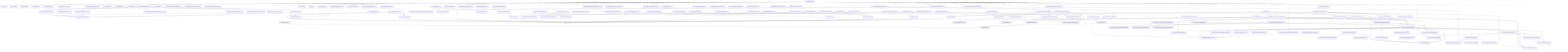
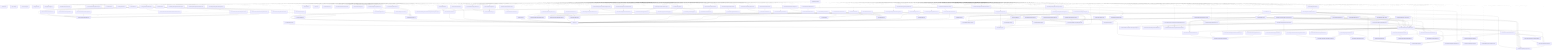
graph TD
  package__ankhorage_studio["@ankhorage/studio"]
  entrypoint_src_index_ts["src/index.ts"]
  package__ankhorage_studio --> entrypoint_src_index_ts
  module_knip_config_ts["knip.config.ts"]
  package__ankhorage_studio -.-> module_knip_config_ts
  module_paradox_config_ts["paradox.config.ts"]
  package__ankhorage_studio -.-> module_paradox_config_ts
  module_src_app_index_ts["src/app/index.ts"]
  package__ankhorage_studio -.-> module_src_app_index_ts
  module_src_app_StudioApp_tsx["src/app/StudioApp.tsx"]
  package__ankhorage_studio -.-> module_src_app_StudioApp_tsx
  module_src_app_StudioDashboard_tsx["src/app/StudioDashboard.tsx"]
  package__ankhorage_studio -.-> module_src_app_StudioDashboard_tsx
  module_src_app_StudioDashboard_tsx --> module_src_hooks_useProjects_ts
  module_src_app_StudioDashboard_tsx --> module_src_hooks_useTemplateSummaries_ts
  module_src_app_StudioDashboard_tsx --> module_src_modules_dashboard_platform_ts
  module_src_app_StudioDashboard_tsx --> module_src_modules_dashboard_search_ts
  module_src_app_StudioDashboard_tsx --> module_src_modules_dashboard_templates_ts
  module_src_app_StudioDashboard_tsx --> module_src_modules_dashboard_types_ts
  module_src_app_StudioDashboard_tsx --> module_src_modules_dashboard_ui_DashboardSectionHeader_tsx
  module_src_app_StudioDashboard_tsx --> module_src_modules_dashboard_ui_ProjectCard_tsx
  module_src_app_StudioDashboard_tsx --> module_src_modules_dashboard_ui_TemplateCard_tsx
  module_src_authFlowContract_test_ts["src/authFlowContract.test.ts"]
  package__ankhorage_studio -.-> module_src_authFlowContract_test_ts
  module_src_authSettings_test_ts["src/authSettings.test.ts"]
  package__ankhorage_studio -.-> module_src_authSettings_test_ts
  module_src_authSettings_test_ts --> module_src_authSettings_ts
  module_src_authSettings_ts["src/authSettings.ts"]
  package__ankhorage_studio -.-> module_src_authSettings_ts
  module_src_canvasDragModel_public_test_ts["src/canvasDragModel.public.test.ts"]
  package__ankhorage_studio -.-> module_src_canvasDragModel_public_test_ts
  module_src_canvasDragModel_public_test_ts --> module_src_canvasDragModel_ts
  module_src_canvasDragModel_public_test_ts --> module_src_canvasDropZones_ts
  module_src_canvasDragModel_test_ts["src/canvasDragModel.test.ts"]
  package__ankhorage_studio -.-> module_src_canvasDragModel_test_ts
  module_src_canvasDragModel_test_ts --> module_src_canvasDragModel_ts
  module_src_canvasDragModel_test_ts --> module_src_canvasDropZones_ts
  module_src_canvasDragModel_ts["src/canvasDragModel.ts"]
  package__ankhorage_studio -.-> module_src_canvasDragModel_ts
  module_src_canvasDragModel_ts --> module_src_canvasDropZones_ts
  module_src_canvasDragModel_ts --> module_src_index_ts
  module_src_canvasDropZones_test_ts["src/canvasDropZones.test.ts"]
  package__ankhorage_studio -.-> module_src_canvasDropZones_test_ts
  module_src_canvasDropZones_test_ts --> module_src_canvasDropZones_ts
  module_src_canvasDropZones_test_ts --> module_src_index_ts
  module_src_canvasDropZones_ts["src/canvasDropZones.ts"]
  package__ankhorage_studio -.-> module_src_canvasDropZones_ts
  module_src_canvasDropZones_ts --> module_src_index_ts
  module_src_cli_index_ts["src/cli/index.ts"]
  package__ankhorage_studio -.-> module_src_cli_index_ts
  module_src_cli_index_ts --> module_src_host_createStudioHost_ts
  module_src_cli_index_ts --> module_src_host_http_server_ts
  module_src_cli_index_ts --> module_src_host_templateRegistry_index_ts
  module_src_cli_index_ts --> module_src_host_utils_workspaceRoot_ts
  module_src_core_constants_ts["src/core/constants.ts"]
  package__ankhorage_studio -.-> module_src_core_constants_ts
  module_src_core_StudioContext_ts["src/core/StudioContext.ts"]
  package__ankhorage_studio -.-> module_src_core_StudioContext_ts
  module_src_core_StudioContext_ts --> module_src_index_ts
  module_src_core_studioPackageBoundary_ts["src/core/studioPackageBoundary.ts"]
  package__ankhorage_studio -.-> module_src_core_studioPackageBoundary_ts
  module_src_core_StudioProvider_ts["src/core/StudioProvider.ts"]
  package__ankhorage_studio -.-> module_src_core_StudioProvider_ts
  module_src_core_StudioProvider_ts --> module_src_core_StudioContext_ts
  module_src_core_StudioProvider_ts --> module_src_index_ts
  module_src_dnd_index_ts["src/dnd/index.ts"]
  package__ankhorage_studio -.-> module_src_dnd_index_ts
  module_src_dnd_primitives_ts["src/dnd/primitives.ts"]
  package__ankhorage_studio -.-> module_src_dnd_primitives_ts
  module_src_dnd_state_ts["src/dnd/state.ts"]
  package__ankhorage_studio -.-> module_src_dnd_state_ts
  module_src_hooks_useProjects_ts["src/hooks/useProjects.ts"]
  package__ankhorage_studio -.-> module_src_hooks_useProjects_ts
  module_src_hooks_useProjects_ts --> module_src_core_constants_ts
  module_src_hooks_useTemplateSummaries_ts["src/hooks/useTemplateSummaries.ts"]
  package__ankhorage_studio -.-> module_src_hooks_useTemplateSummaries_ts
  module_src_hooks_useTemplateSummaries_ts --> module_src_core_constants_ts
  module_src_hooks_useTemplateSummaries_ts --> module_src_modules_dashboard_types_ts
  module_src_host_auth_projectAuthService_test_ts["src/host/auth/projectAuthService.test.ts"]
  package__ankhorage_studio -.-> module_src_host_auth_projectAuthService_test_ts
  module_src_host_auth_projectAuthService_test_ts --> module_src_host_auth_projectAuthService_ts
  module_src_host_auth_projectAuthService_ts["src/host/auth/projectAuthService.ts"]
  package__ankhorage_studio -.-> module_src_host_auth_projectAuthService_ts
  module_src_host_auth_projectAuthService_ts --> module_src_authSettings_ts
  module_src_host_auth_projectAuthService_ts --> module_src_host_orchestrator_projectManager_ts
  module_src_host_createStudioHost_ts["src/host/createStudioHost.ts"]
  package__ankhorage_studio -.-> module_src_host_createStudioHost_ts
  module_src_host_createStudioHost_ts --> module_src_host_orchestrator_infraRuntime_ts
  module_src_host_createStudioHost_ts --> module_src_host_orchestrator_moduleManager_ts
  module_src_host_createStudioHost_ts --> module_src_host_orchestrator_projectManager_ts
  module_src_host_hostLifecycle_smoke_test_ts["src/host/hostLifecycle.smoke.test.ts"]
  package__ankhorage_studio -.-> module_src_host_hostLifecycle_smoke_test_ts
  module_src_host_hostLifecycle_smoke_test_ts --> module_src_host_orchestrator_moduleManager_ts
  module_src_host_hostLifecycle_smoke_test_ts --> module_src_host_orchestrator_projectManager_ts
  module_src_host_hostLifecycle_smoke_test_ts --> module_src_host_templateRegistry_index_ts
  module_src_host_hostOwnership_test_ts["src/host/hostOwnership.test.ts"]
  package__ankhorage_studio -.-> module_src_host_hostOwnership_test_ts
  module_src_host_hostOwnership_test_ts --> module_src_host_http_security_ts
  module_src_host_hostOwnership_test_ts --> module_src_host_orchestrator_projectPaths_ts
  module_src_host_hostOwnership_test_ts --> module_src_host_utils_workspaceRoot_ts
  module_src_host_http_authRoutes_ts["src/host/http/authRoutes.ts"]
  package__ankhorage_studio -.-> module_src_host_http_authRoutes_ts
  module_src_host_http_authRoutes_ts --> module_src_host_auth_projectAuthService_ts
  module_src_host_http_authRoutes_ts --> module_src_host_orchestrator_projectManager_ts
  module_src_host_http_secretRoutes_ts["src/host/http/secretRoutes.ts"]
  package__ankhorage_studio -.-> module_src_host_http_secretRoutes_ts
  module_src_host_http_secretRoutes_ts --> module_src_host_orchestrator_projectManager_ts
  module_src_host_http_secretRoutes_ts --> module_src_host_secrets_projectSecretService_ts
  module_src_host_http_security_ts["src/host/http/security.ts"]
  package__ankhorage_studio -.-> module_src_host_http_security_ts
  module_src_host_http_server_ts["src/host/http/server.ts"]
  package__ankhorage_studio -.-> module_src_host_http_server_ts
  module_src_host_http_server_ts --> module_src_host_http_security_ts
  module_src_host_http_server_ts --> module_src_host_orchestrator_infraRuntime_ts
  module_src_host_http_server_ts --> module_src_host_orchestrator_moduleManager_ts
  module_src_host_http_server_ts --> module_src_host_orchestrator_projectManager_ts
  module_src_host_http_server_ts --> module_src_host_orchestrator_resolveMutations_ts
  module_src_host_http_server_ts --> module_src_host_templateRegistry_index_ts
  module_src_host_http_server_ts --> module_src_host_utils_trimOutput_ts
  module_src_host_http_server_ts --> module_src_host_utils_workspaceRoot_ts
  module_src_host_http_serverWithSecrets_ts["src/host/http/serverWithSecrets.ts"]
  package__ankhorage_studio -.-> module_src_host_http_serverWithSecrets_ts
  module_src_host_http_serverWithSecrets_ts --> module_src_host_http_authRoutes_ts
  module_src_host_http_serverWithSecrets_ts --> module_src_host_http_secretRoutes_ts
  module_src_host_http_serverWithSecrets_ts --> module_src_host_http_server_ts
  module_src_host_http_serverWithSecrets_ts --> module_src_host_orchestrator_moduleManager_ts
  module_src_host_http_serverWithSecrets_ts --> module_src_host_orchestrator_projectManager_ts
  module_src_host_http_serverWithSecrets_ts --> module_src_host_utils_workspaceRoot_ts
  module_src_host_http_standalone_ts["src/host/http/standalone.ts"]
  package__ankhorage_studio -.-> module_src_host_http_standalone_ts
  module_src_host_http_standalone_ts --> module_src_host_http_serverWithSecrets_ts
  module_src_host_index_ts["src/host/index.ts"]
  package__ankhorage_studio -.-> module_src_host_index_ts
  module_src_host_layout_auth_resolveAuthLayoutPlan_test_ts["src/host/layout/auth/resolveAuthLayoutPlan.test.ts"]
  package__ankhorage_studio -.-> module_src_host_layout_auth_resolveAuthLayoutPlan_test_ts
  module_src_host_layout_auth_resolveAuthLayoutPlan_test_ts --> module_src_host_layout_auth_resolveAuthLayoutPlan_ts
  module_src_host_layout_auth_resolveAuthLayoutPlan_ts["src/host/layout/auth/resolveAuthLayoutPlan.ts"]
  package__ankhorage_studio -.-> module_src_host_layout_auth_resolveAuthLayoutPlan_ts
  module_src_host_layout_layoutGenerator_ts["src/host/layout/layoutGenerator.ts"]
  package__ankhorage_studio -.-> module_src_host_layout_layoutGenerator_ts
  module_src_host_layout_layoutGenerator_ts --> module_src_host_layout_auth_resolveAuthLayoutPlan_ts
  module_src_host_layout_layoutGenerator_ts --> module_src_host_layout_templates_index_ts
  module_src_host_layout_layoutGenerator_ts --> module_src_host_modules_layout_ts
  module_src_host_layout_templates_auth_adapter_ts["src/host/layout/templates/auth/adapter.ts"]
  package__ankhorage_studio -.-> module_src_host_layout_templates_auth_adapter_ts
  module_src_host_layout_templates_auth_screen_ts["src/host/layout/templates/auth/screen.ts"]
  package__ankhorage_studio -.-> module_src_host_layout_templates_auth_screen_ts
  module_src_host_layout_templates_auth_screen_ts --> module_src_host_layout_templates_utils_routes_ts
  module_src_host_layout_templates_auth_screen_ts --> module_src_host_layout_templates_utils_strings_ts
  module_src_host_layout_templates_auth_screen_ts --> module_src_host_layout_utils_escapeStringLiteral_ts
  module_src_host_layout_templates_auth_session_ts["src/host/layout/templates/auth/session.ts"]
  package__ankhorage_studio -.-> module_src_host_layout_templates_auth_session_ts
  module_src_host_layout_templates_auth_signOut_ts["src/host/layout/templates/auth/signOut.ts"]
  package__ankhorage_studio -.-> module_src_host_layout_templates_auth_signOut_ts
  module_src_host_layout_templates_index_ts["src/host/layout/templates/index.ts"]
  package__ankhorage_studio -.-> module_src_host_layout_templates_index_ts
  module_src_host_layout_templates_navigation_ts["src/host/layout/templates/navigation.ts"]
  package__ankhorage_studio -.-> module_src_host_layout_templates_navigation_ts
  module_src_host_layout_templates_navigation_ts --> module_src_host_layout_utils_escapeStringLiteral_ts
  module_src_host_layout_templates_nestedLayout_ts["src/host/layout/templates/nestedLayout.ts"]
  package__ankhorage_studio -.-> module_src_host_layout_templates_nestedLayout_ts
  module_src_host_layout_templates_nestedLayout_ts --> module_src_host_layout_templates_navigation_ts
  module_src_host_layout_templates_nestedLayout_ts --> module_src_host_layout_templates_utils_strings_ts
  module_src_host_layout_templates_redirect_ts["src/host/layout/templates/redirect.ts"]
  package__ankhorage_studio -.-> module_src_host_layout_templates_redirect_ts
  module_src_host_layout_templates_redirect_ts --> module_src_host_layout_utils_escapeStringLiteral_ts
  module_src_host_layout_templates_rootLayout_test_ts["src/host/layout/templates/rootLayout.test.ts"]
  package__ankhorage_studio -.-> module_src_host_layout_templates_rootLayout_test_ts
  module_src_host_layout_templates_rootLayout_test_ts --> module_src_host_layout_templates_rootLayout_ts
  module_src_host_layout_templates_rootLayout_ts["src/host/layout/templates/rootLayout.ts"]
  package__ankhorage_studio -.-> module_src_host_layout_templates_rootLayout_ts
  module_src_host_layout_templates_rootLayout_ts --> module_src_host_layout_templates_navigation_ts
  module_src_host_layout_templates_rootLayout_ts --> module_src_host_layout_templates_utils_routes_ts
  module_src_host_layout_templates_rootLayout_ts --> module_src_host_layout_utils_escapeStringLiteral_ts
  module_src_host_layout_templates_rootLayout_ts --> module_src_host_modules_layout_ts
  module_src_host_layout_templates_screen_ts["src/host/layout/templates/screen.ts"]
  package__ankhorage_studio -.-> module_src_host_layout_templates_screen_ts
  module_src_host_layout_templates_screen_ts --> module_src_host_layout_templates_utils_strings_ts
  module_src_host_layout_templates_screen_ts --> module_src_host_layout_utils_escapeStringLiteral_ts
  module_src_host_layout_templates_utils_routes_ts["src/host/layout/templates/utils/routes.ts"]
  package__ankhorage_studio -.-> module_src_host_layout_templates_utils_routes_ts
  module_src_host_layout_templates_utils_strings_ts["src/host/layout/templates/utils/strings.ts"]
  package__ankhorage_studio -.-> module_src_host_layout_templates_utils_strings_ts
  module_src_host_layout_utils_escapeStringLiteral_ts["src/host/layout/utils/escapeStringLiteral.ts"]
  package__ankhorage_studio -.-> module_src_host_layout_utils_escapeStringLiteral_ts
  module_src_host_manifestSystem_auth_index_ts["src/host/manifestSystem/auth/index.ts"]
  package__ankhorage_studio -.-> module_src_host_manifestSystem_auth_index_ts
  module_src_host_manifestSystem_auth_shared_global_auth_system_tpl_ts["src/host/manifestSystem/auth/shared/global.auth.system.tpl.ts"]
  package__ankhorage_studio -.-> module_src_host_manifestSystem_auth_shared_global_auth_system_tpl_ts
  module_src_host_manifestSystem_auth_shared_index_ts["src/host/manifestSystem/auth/shared/index.ts"]
  package__ankhorage_studio -.-> module_src_host_manifestSystem_auth_shared_index_ts
  module_src_host_manifestSystem_auth_shared_index_ts --> module_src_host_manifestSystem_auth_shared_global_auth_system_tpl_ts
  module_src_host_manifestSystem_auth_shared_index_ts --> module_src_host_manifestSystem_types_ts
  module_src_host_manifestSystem_index_ts["src/host/manifestSystem/index.ts"]
  package__ankhorage_studio -.-> module_src_host_manifestSystem_index_ts
  module_src_host_manifestSystem_index_ts --> module_src_host_manifestSystem_auth_index_ts
  module_src_host_manifestSystem_index_ts --> module_src_host_manifestSystem_types_ts
  module_src_host_manifestSystem_index_ts --> module_src_host_utils_requirementsInference_ts
  module_src_host_manifestSystem_types_ts["src/host/manifestSystem/types.ts"]
  package__ankhorage_studio -.-> module_src_host_manifestSystem_types_ts
  module_src_host_modules_catalog_ts["src/host/modules/catalog.ts"]
  package__ankhorage_studio -.-> module_src_host_modules_catalog_ts
  module_src_host_modules_catalog_ts --> module_src_host_modules_layout_ts
  module_src_host_modules_layout_ts["src/host/modules/layout.ts"]
  package__ankhorage_studio -.-> module_src_host_modules_layout_ts
  module_src_host_modules_runtime_LocalFsTargetAdapter_ts["src/host/modules/runtime/LocalFsTargetAdapter.ts"]
  package__ankhorage_studio -.-> module_src_host_modules_runtime_LocalFsTargetAdapter_ts
  module_src_host_orchestrator_generatedAppFiles_ts["src/host/orchestrator/generatedAppFiles.ts"]
  package__ankhorage_studio -.-> module_src_host_orchestrator_generatedAppFiles_ts
  module_src_host_orchestrator_generatedAppFiles_ts --> module_src_host_zoraExtensions_index_ts
  module_src_host_orchestrator_generatedRouteCleanup_ts["src/host/orchestrator/generatedRouteCleanup.ts"]
  package__ankhorage_studio -.-> module_src_host_orchestrator_generatedRouteCleanup_ts
  module_src_host_orchestrator_infraGenerator_ts["src/host/orchestrator/infraGenerator.ts"]
  package__ankhorage_studio -.-> module_src_host_orchestrator_infraGenerator_ts
  module_src_host_orchestrator_infraGenerator_ts --> module_src_host_orchestrator_infraValidation_ts
  module_src_host_orchestrator_infraRuntime_ts["src/host/orchestrator/infraRuntime.ts"]
  package__ankhorage_studio -.-> module_src_host_orchestrator_infraRuntime_ts
  module_src_host_orchestrator_infraRuntime_ts --> module_src_host_orchestrator_projectPaths_ts
  module_src_host_orchestrator_infraValidation_ts["src/host/orchestrator/infraValidation.ts"]
  package__ankhorage_studio -.-> module_src_host_orchestrator_infraValidation_ts
  module_src_host_orchestrator_moduleManager_ts["src/host/orchestrator/moduleManager.ts"]
  package__ankhorage_studio -.-> module_src_host_orchestrator_moduleManager_ts
  module_src_host_orchestrator_moduleManager_ts --> module_src_host_modules_catalog_ts
  module_src_host_orchestrator_moduleManager_ts --> module_src_host_modules_runtime_LocalFsTargetAdapter_ts
  module_src_host_orchestrator_moduleManager_ts --> module_src_host_orchestrator_projectManager_ts
  module_src_host_orchestrator_moduleManager_ts --> module_src_host_orchestrator_resolveMutations_ts
  module_src_host_orchestrator_projectDeletion_ts["src/host/orchestrator/projectDeletion.ts"]
  package__ankhorage_studio -.-> module_src_host_orchestrator_projectDeletion_ts
  module_src_host_orchestrator_projectManager_ts["src/host/orchestrator/projectManager.ts"]
  package__ankhorage_studio -.-> module_src_host_orchestrator_projectManager_ts
  module_src_host_orchestrator_projectManager_ts --> module_src_host_layout_layoutGenerator_ts
  module_src_host_orchestrator_projectManager_ts --> module_src_host_manifestSystem_index_ts
  module_src_host_orchestrator_projectManager_ts --> module_src_host_modules_layout_ts
  module_src_host_orchestrator_projectManager_ts --> module_src_host_orchestrator_generatedRouteCleanup_ts
  module_src_host_orchestrator_projectManager_ts --> module_src_host_orchestrator_infraGenerator_ts
  module_src_host_orchestrator_projectManager_ts --> module_src_host_orchestrator_infraRuntime_ts
  module_src_host_orchestrator_projectManager_ts --> module_src_host_orchestrator_projectDeletion_ts
  module_src_host_orchestrator_projectManager_ts --> module_src_host_orchestrator_projectPaths_ts
  module_src_host_orchestrator_projectManager_ts --> module_src_host_orchestrator_projectStore_ts
  module_src_host_orchestrator_projectManager_ts --> module_src_host_orchestrator_resolveMutations_ts
  module_src_host_orchestrator_projectManager_ts --> module_src_host_orchestrator_scaffolder_ts
  module_src_host_orchestrator_projectManager_ts --> module_src_host_orchestrator_templates_ts
  module_src_host_orchestrator_projectManager_ts --> module_src_host_orchestrator_workspaceRuntime_ts
  module_src_host_orchestrator_projectManager_ts --> module_src_host_templateRegistry_index_ts
  module_src_host_orchestrator_projectManager_ts --> module_src_host_zoraExtensions_index_ts
  module_src_host_orchestrator_projectPaths_ts["src/host/orchestrator/projectPaths.ts"]
  package__ankhorage_studio -.-> module_src_host_orchestrator_projectPaths_ts
  module_src_host_orchestrator_projectStore_ts["src/host/orchestrator/projectStore.ts"]
  package__ankhorage_studio -.-> module_src_host_orchestrator_projectStore_ts
  module_src_host_orchestrator_projectStore_ts --> module_src_host_orchestrator_projectPaths_ts
  module_src_host_orchestrator_resolveMutations_ts["src/host/orchestrator/resolveMutations.ts"]
  package__ankhorage_studio -.-> module_src_host_orchestrator_resolveMutations_ts
  module_src_host_orchestrator_resolveMutations_ts --> module_src_host_modules_catalog_ts
  module_src_host_orchestrator_resolveMutations_ts --> module_src_host_modules_layout_ts
  module_src_host_orchestrator_scaffolder_ts["src/host/orchestrator/scaffolder.ts"]
  package__ankhorage_studio -.-> module_src_host_orchestrator_scaffolder_ts
  module_src_host_orchestrator_scaffolder_ts --> module_src_host_manifestSystem_index_ts
  module_src_host_orchestrator_scaffolder_ts --> module_src_host_orchestrator_generatedAppFiles_ts
  module_src_host_orchestrator_scaffolder_ts --> module_src_host_orchestrator_templates_ts
  module_src_host_orchestrator_scaffolder_ts --> module_src_host_templateRegistry_index_ts
  module_src_host_orchestrator_scaffolder_ts --> module_src_host_zoraExtensions_index_ts
  module_src_host_orchestrator_templates_ts["src/host/orchestrator/templates.ts"]
  package__ankhorage_studio -.-> module_src_host_orchestrator_templates_ts
  module_src_host_orchestrator_workspaceRuntime_ts["src/host/orchestrator/workspaceRuntime.ts"]
  package__ankhorage_studio -.-> module_src_host_orchestrator_workspaceRuntime_ts
  module_src_host_secrets_bunSupabaseVaultClient_ts["src/host/secrets/bunSupabaseVaultClient.ts"]
  package__ankhorage_studio -.-> module_src_host_secrets_bunSupabaseVaultClient_ts
  module_src_host_secrets_projectSecretService_test_ts["src/host/secrets/projectSecretService.test.ts"]
  package__ankhorage_studio -.-> module_src_host_secrets_projectSecretService_test_ts
  module_src_host_secrets_projectSecretService_test_ts --> module_src_host_secrets_projectSecretService_ts
  module_src_host_secrets_projectSecretService_ts["src/host/secrets/projectSecretService.ts"]
  package__ankhorage_studio -.-> module_src_host_secrets_projectSecretService_ts
  module_src_host_secrets_projectSecretService_ts --> module_src_host_orchestrator_projectManager_ts
  module_src_host_secrets_projectSecretService_ts --> module_src_host_orchestrator_projectPaths_ts
  module_src_host_secrets_projectSecretService_ts --> module_src_host_secrets_bunSupabaseVaultClient_ts
  module_src_host_secrets_projectSecretService_ts --> module_src_host_secrets_resolveProjectSecretDatabaseUrl_ts
  module_src_host_secrets_resolveProjectSecretDatabaseUrl_test_ts["src/host/secrets/resolveProjectSecretDatabaseUrl.test.ts"]
  package__ankhorage_studio -.-> module_src_host_secrets_resolveProjectSecretDatabaseUrl_test_ts
  module_src_host_secrets_resolveProjectSecretDatabaseUrl_test_ts --> module_src_host_secrets_resolveProjectSecretDatabaseUrl_ts
  module_src_host_secrets_resolveProjectSecretDatabaseUrl_ts["src/host/secrets/resolveProjectSecretDatabaseUrl.ts"]
  package__ankhorage_studio -.-> module_src_host_secrets_resolveProjectSecretDatabaseUrl_ts
  module_src_host_templateRegistry_index_ts["src/host/templateRegistry/index.ts"]
  package__ankhorage_studio -.-> module_src_host_templateRegistry_index_ts
  module_src_host_utils_requirementsInference_ts["src/host/utils/requirementsInference.ts"]
  package__ankhorage_studio -.-> module_src_host_utils_requirementsInference_ts
  module_src_host_utils_trimOutput_ts["src/host/utils/trimOutput.ts"]
  package__ankhorage_studio -.-> module_src_host_utils_trimOutput_ts
  module_src_host_utils_workspaceRoot_ts["src/host/utils/workspaceRoot.ts"]
  package__ankhorage_studio -.-> module_src_host_utils_workspaceRoot_ts
  module_src_host_zoraExtensions_index_ts["src/host/zoraExtensions/index.ts"]
  package__ankhorage_studio -.-> module_src_host_zoraExtensions_index_ts
  module_src_host_zoraExtensions_index_ts --> module_src_host_templateRegistry_index_ts
  module_src_index_test_ts["src/index.test.ts"]
  package__ankhorage_studio -.-> module_src_index_test_ts
  module_src_index_test_ts --> module_src_index_ts
  module_src_index_ts["src/index.ts"]
  module_src_insertModalModel_public_test_ts["src/insertModalModel.public.test.ts"]
  package__ankhorage_studio -.-> module_src_insertModalModel_public_test_ts
  module_src_insertModalModel_public_test_ts --> module_src_index_ts
  module_src_insertModalModel_public_test_ts --> module_src_insertModalModel_ts
  module_src_insertModalModel_test_ts["src/insertModalModel.test.ts"]
  package__ankhorage_studio -.-> module_src_insertModalModel_test_ts
  module_src_insertModalModel_test_ts --> module_src_index_ts
  module_src_insertModalModel_test_ts --> module_src_insertModalModel_ts
  module_src_insertModalModel_ts["src/insertModalModel.ts"]
  package__ankhorage_studio -.-> module_src_insertModalModel_ts
  module_src_insertModalModel_ts --> module_src_index_ts
  module_src_localizationConfig_public_test_ts["src/localizationConfig.public.test.ts"]
  package__ankhorage_studio -.-> module_src_localizationConfig_public_test_ts
  module_src_localizationConfig_public_test_ts --> module_src_localizationConfig_ts
  module_src_localizationConfig_test_ts["src/localizationConfig.test.ts"]
  package__ankhorage_studio -.-> module_src_localizationConfig_test_ts
  module_src_localizationConfig_test_ts --> module_src_localizationConfig_ts
  module_src_localizationConfig_ts["src/localizationConfig.ts"]
  package__ankhorage_studio -.-> module_src_localizationConfig_ts
  module_src_localizationPanelModel_test_ts["src/localizationPanelModel.test.ts"]
  package__ankhorage_studio -.-> module_src_localizationPanelModel_test_ts
  module_src_localizationPanelModel_test_ts --> module_src_localizationPanelModel_ts
  module_src_localizationPanelModel_ts["src/localizationPanelModel.ts"]
  package__ankhorage_studio -.-> module_src_localizationPanelModel_ts
  module_src_manifestNavigatorPreviewModel_public_test_ts["src/manifestNavigatorPreviewModel.public.test.ts"]
  package__ankhorage_studio -.-> module_src_manifestNavigatorPreviewModel_public_test_ts
  module_src_manifestNavigatorPreviewModel_public_test_ts --> module_src_manifestNavigatorPreviewModel_ts
  module_src_manifestNavigatorPreviewModel_test_ts["src/manifestNavigatorPreviewModel.test.ts"]
  package__ankhorage_studio -.-> module_src_manifestNavigatorPreviewModel_test_ts
  module_src_manifestNavigatorPreviewModel_test_ts --> module_src_manifestNavigatorPreviewModel_ts
  module_src_manifestNavigatorPreviewModel_ts["src/manifestNavigatorPreviewModel.ts"]
  package__ankhorage_studio -.-> module_src_manifestNavigatorPreviewModel_ts
  module_src_manifestNavigatorPreviewModel_ts --> module_src_routeUtils_ts
  module_src_manifestState_public_test_ts["src/manifestState.public.test.ts"]
  package__ankhorage_studio -.-> module_src_manifestState_public_test_ts
  module_src_manifestState_public_test_ts --> module_src_index_ts
  module_src_manifestState_public_test_ts --> module_src_manifestState_ts
  module_src_manifestState_routes_test_ts["src/manifestState.routes.test.ts"]
  package__ankhorage_studio -.-> module_src_manifestState_routes_test_ts
  module_src_manifestState_routes_test_ts --> module_src_index_ts
  module_src_manifestState_routes_test_ts --> module_src_manifestState_ts
  module_src_manifestState_test_ts["src/manifestState.test.ts"]
  package__ankhorage_studio -.-> module_src_manifestState_test_ts
  module_src_manifestState_test_ts --> module_src_index_ts
  module_src_manifestState_test_ts --> module_src_manifestState_ts
  module_src_manifestState_ts["src/manifestState.ts"]
  package__ankhorage_studio -.-> module_src_manifestState_ts
  module_src_manifestState_ts --> module_src_index_ts
  module_src_manifestSync_test_ts["src/manifestSync.test.ts"]
  package__ankhorage_studio -.-> module_src_manifestSync_test_ts
  module_src_manifestSync_test_ts --> module_src_index_ts
  module_src_manifestSync_test_ts --> module_src_manifestSync_ts
  module_src_manifestSync_ts["src/manifestSync.ts"]
  package__ankhorage_studio -.-> module_src_manifestSync_ts
  module_src_manifestSync_ts --> module_src_index_ts
  module_src_modules_dashboard_platform_ts["src/modules/dashboard/platform.ts"]
  package__ankhorage_studio -.-> module_src_modules_dashboard_platform_ts
  module_src_modules_dashboard_search_ts["src/modules/dashboard/search.ts"]
  package__ankhorage_studio -.-> module_src_modules_dashboard_search_ts
  module_src_modules_dashboard_search_ts --> module_src_modules_dashboard_types_ts
  module_src_modules_dashboard_templates_ts["src/modules/dashboard/templates.ts"]
  package__ankhorage_studio -.-> module_src_modules_dashboard_templates_ts
  module_src_modules_dashboard_templates_ts --> module_src_modules_dashboard_types_ts
  module_src_modules_dashboard_types_ts["src/modules/dashboard/types.ts"]
  package__ankhorage_studio -.-> module_src_modules_dashboard_types_ts
  module_src_modules_dashboard_ui_DashboardSectionHeader_tsx["src/modules/dashboard/ui/DashboardSectionHeader.tsx"]
  package__ankhorage_studio -.-> module_src_modules_dashboard_ui_DashboardSectionHeader_tsx
  module_src_modules_dashboard_ui_ProjectCard_tsx["src/modules/dashboard/ui/ProjectCard.tsx"]
  package__ankhorage_studio -.-> module_src_modules_dashboard_ui_ProjectCard_tsx
  module_src_modules_dashboard_ui_ProjectCard_tsx --> module_src_modules_dashboard_types_ts
  module_src_modules_dashboard_ui_TemplateCard_tsx["src/modules/dashboard/ui/TemplateCard.tsx"]
  package__ankhorage_studio -.-> module_src_modules_dashboard_ui_TemplateCard_tsx
  module_src_modules_dashboard_ui_TemplateCard_tsx --> module_src_modules_dashboard_types_ts
  module_src_projectAuthApi_test_ts["src/projectAuthApi.test.ts"]
  package__ankhorage_studio -.-> module_src_projectAuthApi_test_ts
+   module_src_projectAuthApi_test_ts --> module_src_authSettings_ts
  module_src_projectAuthApi_test_ts --> module_src_projectAuthApi_ts
  module_src_projectAuthApi_ts["src/projectAuthApi.ts"]
  package__ankhorage_studio -.-> module_src_projectAuthApi_ts
  module_src_projectAuthApi_ts --> module_src_authSettings_ts
  module_src_projectSecretApi_test_ts["src/projectSecretApi.test.ts"]
  package__ankhorage_studio -.-> module_src_projectSecretApi_test_ts
  module_src_projectSecretApi_test_ts --> module_src_projectSecretApi_ts
  module_src_projectSecretApi_ts["src/projectSecretApi.ts"]
  package__ankhorage_studio -.-> module_src_projectSecretApi_ts
  module_src_root_test_ts["src/root.test.ts"]
  package__ankhorage_studio -.-> module_src_root_test_ts
  module_src_root_ts["src/root.ts"]
  package__ankhorage_studio -.-> module_src_root_ts
  module_src_routeUtils_public_test_ts["src/routeUtils.public.test.ts"]
  package__ankhorage_studio -.-> module_src_routeUtils_public_test_ts
  module_src_routeUtils_public_test_ts --> module_src_routeUtils_ts
  module_src_routeUtils_test_ts["src/routeUtils.test.ts"]
  package__ankhorage_studio -.-> module_src_routeUtils_test_ts
  module_src_routeUtils_test_ts --> module_src_routeUtils_ts
  module_src_routeUtils_ts["src/routeUtils.ts"]
  package__ankhorage_studio -.-> module_src_routeUtils_ts
  module_src_runtime_actionSuppression_ts["src/runtime/actionSuppression.ts"]
  package__ankhorage_studio -.-> module_src_runtime_actionSuppression_ts
  module_src_runtime_appExtensionRegistry_ts["src/runtime/appExtensionRegistry.ts"]
  package__ankhorage_studio -.-> module_src_runtime_appExtensionRegistry_ts
  module_src_runtime_index_ts["src/runtime/index.ts"]
  package__ankhorage_studio -.-> module_src_runtime_index_ts
  module_src_runtime_localizationPreview_ts["src/runtime/localizationPreview.ts"]
  package__ankhorage_studio -.-> module_src_runtime_localizationPreview_ts
  module_src_runtime_overlay_test_ts["src/runtime/overlay.test.ts"]
  package__ankhorage_studio -.-> module_src_runtime_overlay_test_ts
  module_src_runtime_previewRegistry_ts["src/runtime/previewRegistry.ts"]
  package__ankhorage_studio -.-> module_src_runtime_previewRegistry_ts
  module_src_runtime_previewRuntimeConfig_ts["src/runtime/previewRuntimeConfig.ts"]
  package__ankhorage_studio -.-> module_src_runtime_previewRuntimeConfig_ts
  module_src_runtime_previewRuntimeConfig_ts --> module_src_runtime_actionSuppression_ts
  module_src_runtime_previewRuntimeConfig_ts --> module_src_runtime_previewRegistry_ts
  module_src_runtime_registry_tsx["src/runtime/registry.tsx"]
  package__ankhorage_studio -.-> module_src_runtime_registry_tsx
  module_src_runtime_registry_tsx --> module_src_runtime_appExtensionRegistry_ts
  module_src_runtime_runtimeActions_ts["src/runtime/runtimeActions.ts"]
  package__ankhorage_studio -.-> module_src_runtime_runtimeActions_ts
  module_src_runtime_useRuntimeAction_ts["src/runtime/useRuntimeAction.ts"]
  package__ankhorage_studio -.-> module_src_runtime_useRuntimeAction_ts
  module_src_runtime_useRuntimeAction_ts --> module_src_runtime_runtimeActions_ts
  module_src_runtimeDiagnosticsModel_test_ts["src/runtimeDiagnosticsModel.test.ts"]
  package__ankhorage_studio -.-> module_src_runtimeDiagnosticsModel_test_ts
  module_src_runtimeDiagnosticsModel_test_ts --> module_src_runtimeDiagnosticsModel_ts
  module_src_runtimeDiagnosticsModel_ts["src/runtimeDiagnosticsModel.ts"]
  package__ankhorage_studio -.-> module_src_runtimeDiagnosticsModel_ts
  module_src_runtimeLocalization_public_test_ts["src/runtimeLocalization.public.test.ts"]
  package__ankhorage_studio -.-> module_src_runtimeLocalization_public_test_ts
  module_src_runtimeLocalization_public_test_ts --> module_src_runtimeLocalization_ts
  module_src_runtimeLocalization_test_ts["src/runtimeLocalization.test.ts"]
  package__ankhorage_studio -.-> module_src_runtimeLocalization_test_ts
  module_src_runtimeLocalization_test_ts --> module_src_runtimeLocalization_ts
  module_src_runtimeLocalization_ts["src/runtimeLocalization.ts"]
  package__ankhorage_studio -.-> module_src_runtimeLocalization_ts
  module_src_studioAdminRouteModel_test_ts["src/studioAdminRouteModel.test.ts"]
  package__ankhorage_studio -.-> module_src_studioAdminRouteModel_test_ts
  module_src_studioAdminRouteModel_test_ts --> module_src_studioAdminRouteModel_ts
  module_src_studioAdminRouteModel_ts["src/studioAdminRouteModel.ts"]
  package__ankhorage_studio -.-> module_src_studioAdminRouteModel_ts
  module_src_studioAdminRouteModel_ts --> module_src_index_ts
  module_src_studioSelectionModel_knip_test_ts["src/studioSelectionModel.knip.test.ts"]
  package__ankhorage_studio -.-> module_src_studioSelectionModel_knip_test_ts
  module_src_studioSelectionModel_knip_test_ts --> module_src_studioSelectionModel_ts
  module_src_studioSelectionModel_test_ts["src/studioSelectionModel.test.ts"]
  package__ankhorage_studio -.-> module_src_studioSelectionModel_test_ts
  module_src_studioSelectionModel_test_ts --> module_src_studioSelectionModel_ts
  module_src_studioSelectionModel_ts["src/studioSelectionModel.ts"]
  package__ankhorage_studio -.-> module_src_studioSelectionModel_ts
  module_src_ui_AnkhStudio_ts["src/ui/AnkhStudio.ts"]
  package__ankhorage_studio -.-> module_src_ui_AnkhStudio_ts
  module_src_ui_AnkhStudio_ts --> module_src_core_StudioContext_ts
  module_src_ui_StudioAdminOverlay_tsx["src/ui/StudioAdminOverlay.tsx"]
  package__ankhorage_studio -.-> module_src_ui_StudioAdminOverlay_tsx
  module_src_ui_StudioAdminOverlay_tsx --> module_src_projectSecretApi_ts
  module_src_ui_StudioAuthSettingsOverlay_tsx["src/ui/StudioAuthSettingsOverlay.tsx"]
  package__ankhorage_studio -.-> module_src_ui_StudioAuthSettingsOverlay_tsx
  module_src_ui_StudioAuthSettingsOverlay_tsx --> module_src_authSettings_ts
  module_src_ui_StudioAuthSettingsOverlay_tsx --> module_src_projectAuthApi_ts
  module_src_ui_StudioAuthSettingsOverlay_tsx --> module_src_ui_StudioAdminOverlay_tsx
  module_src_ui_useStudioAppBarAugmentation_ts["src/ui/useStudioAppBarAugmentation.ts"]
  package__ankhorage_studio -.-> module_src_ui_useStudioAppBarAugmentation_ts
  module_src_ui_useStudioAppBarAugmentation_ts --> module_src_core_StudioContext_ts
  module_src_ui_useStudioAppBarAugmentation_ts --> module_src_ui_StudioAdminOverlay_tsx
  module_src_ui_useStudioAppBarAugmentation_ts --> module_src_ui_StudioAuthSettingsOverlay_tsx
  module_src_utils_treeUtils_ts["src/utils/treeUtils.ts"]
  package__ankhorage_studio -.-> module_src_utils_treeUtils_ts
  module_src_utils_treeUtils_ts --> module_src_index_ts
